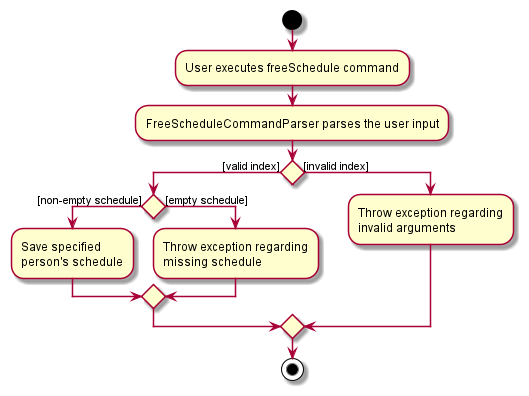
This is docs/images/ExportScheduleActivityDiagram.png from vishandi/tp, a PlantUML export, as it was before one commit. Source of this version:
```plantuml
@startuml
start
:User executes freeSchedule command;

:FreeScheduleCommandParser parses the user input;

if () then ([valid index])
    if () then ([non-empty schedule])
    :Save specified
    person's schedule;
    else ([empty schedule])
    :Throw exception regarding
    missing schedule;
    endif
else ([invalid index])
    :Throw exception regarding
    invalid arguments;
endif
stop
@enduml
```
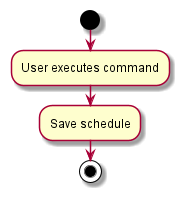
After the change.

Commit message:
Modify exportSchedule activity diagram to be more abstract

The edit, as a diff of the source:
```diff
@@ -1,20 +1,8 @@
 @startuml
 start
-:User executes freeSchedule command;
+:User executes command;
 
-:FreeScheduleCommandParser parses the user input;
+:Save schedule;
 
-if () then ([valid index])
-    if () then ([non-empty schedule])
-    :Save specified
-    person's schedule;
-    else ([empty schedule])
-    :Throw exception regarding
-    missing schedule;
-    endif
-else ([invalid index])
-    :Throw exception regarding
-    invalid arguments;
-endif
 stop
 @enduml
```
